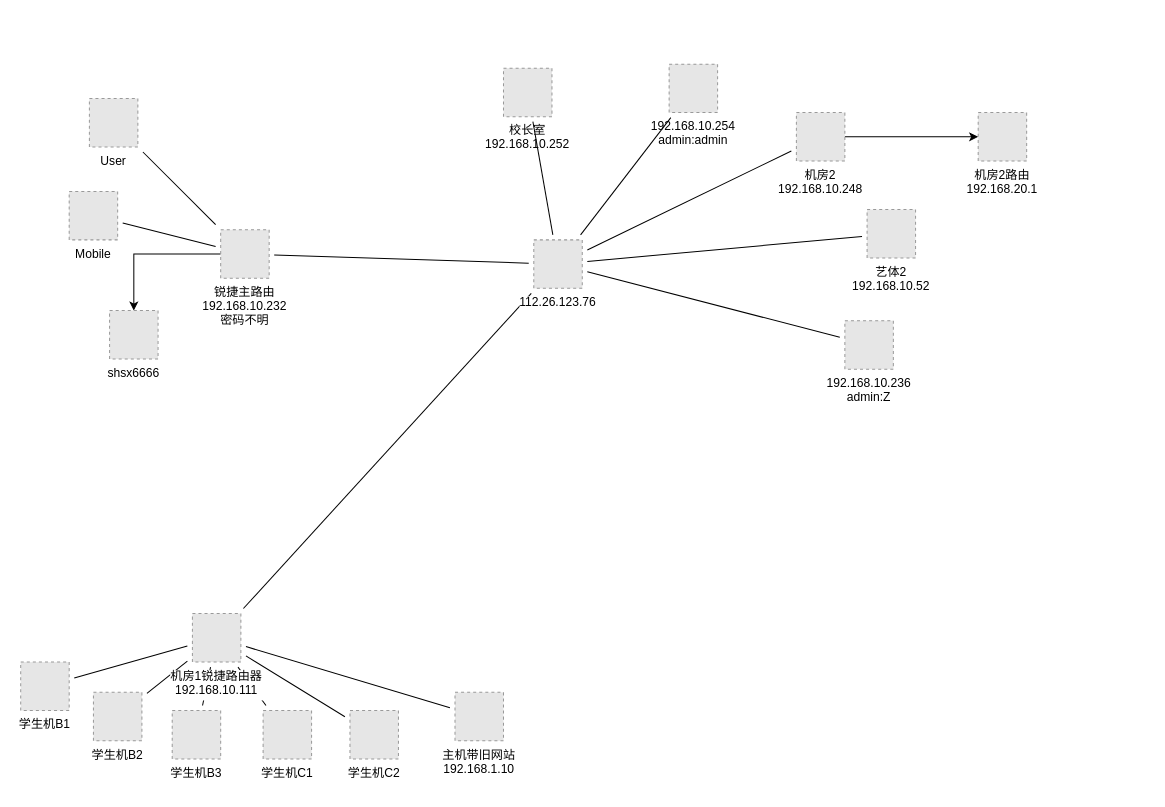
This is 三小网络拓朴.drawio from jarodlee/aqsh3x, a draw.io file, before an edit. Source tidied: cells renumbered, new cells numbered last; positions are measured from the earlier drawing's top-left corner, leaving out a move shared by most shapes. Both pictures are drawn from the tidied source at 101%, with x=0, y=0 at pixel (20, 64). Pictures stored in the file or linked from it are replaced by grey dashed boxes.
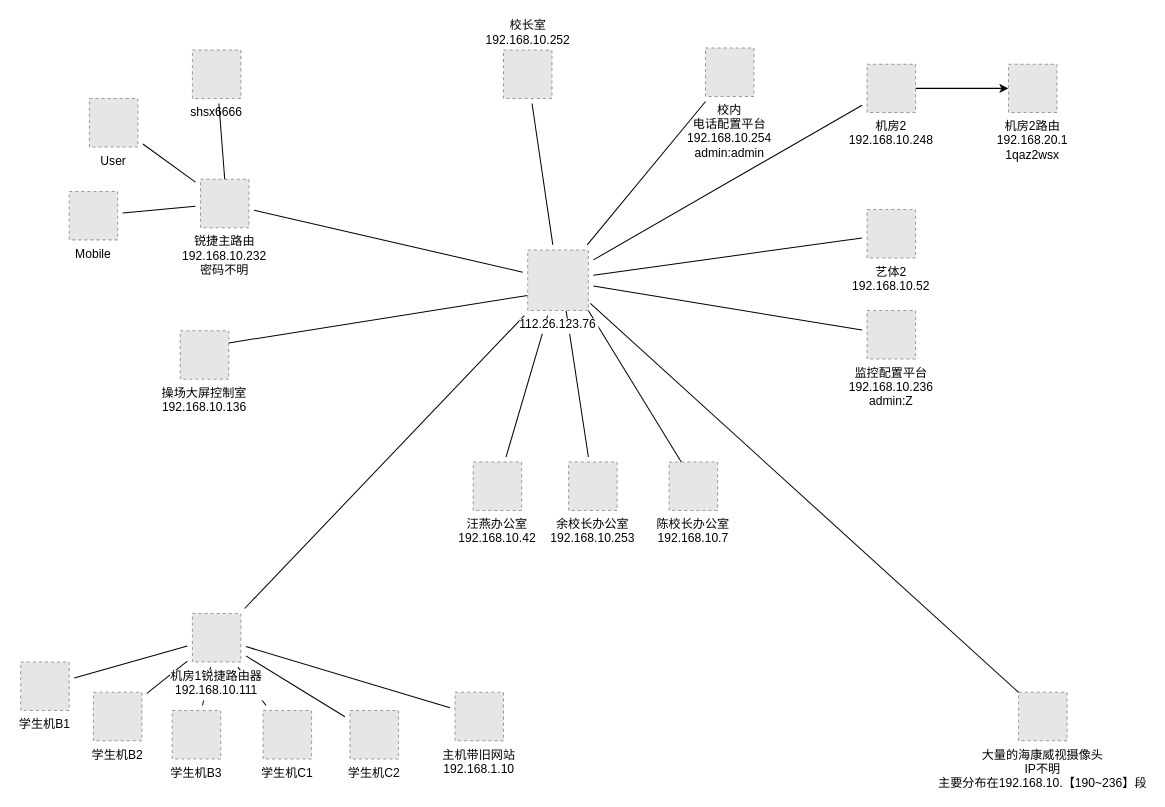
After the change.

Commit message:
更新三小网络拓朴的已知位置信息

Change to the diagram source:
```diff
@@
+    <mxCell id="3" style="edgeStyle=none;rounded=0;jettySize=auto;html=1;sourcePerimeterSpacing=5;endArrow=none;endFill=0;targetPerimeterSpacing=5;" parent="1" edge="1" source="26" target="22">
+      <mxGeometry relative="1" as="geometry" />
+    </mxCell>
@@
-    <mxCell id="3" style="edgeStyle=none;rounded=0;jettySize=auto;html=1;sourcePerimeterSpacing=5;endArrow=none;endFill=0;targetPerimeterSpacing=5;" parent="1" edge="1" source="26" target="22">
-      <mxGeometry relative="1" as="geometry" />
-    </mxCell>
@@
-    <mxCell id="19" value="192.168.10.254&#10;admin:admin" style="fillColor=#E6E6E6;strokeColor=#999999;dashed=1;verticalLabelPosition=bottom;verticalAlign=top;fontFamily=Helvetica;fontSize=12;fontColor=default;align=center;" parent="1" vertex="1">
-      <mxGeometry x="642" width="48" height="48" as="geometry" />
+    <mxCell id="19" value="校内&#10;电话配置平台&#10;192.168.10.254&#10;admin:admin" style="fillColor=#E6E6E6;strokeColor=#999999;dashed=1;verticalLabelPosition=bottom;verticalAlign=top;fontFamily=Helvetica;fontSize=12;fontColor=default;align=center;" parent="1" vertex="1">
+      <mxGeometry x="678" y="-16" width="48" height="48" as="geometry" />
     </mxCell>
-    <mxCell id="20" value="192.168.10.236&#10;admin:Z" style="fillColor=#E6E6E6;strokeColor=#999999;dashed=1;verticalLabelPosition=bottom;verticalAlign=top;fontFamily=Helvetica;fontSize=12;fontColor=default;align=center;" parent="1" vertex="1">
-      <mxGeometry x="816" y="254" width="48" height="48" as="geometry" />
+    <mxCell id="20" value="监控配置平台&#10;192.168.10.236&#10;admin:Z" style="fillColor=#E6E6E6;strokeColor=#999999;dashed=1;verticalLabelPosition=bottom;verticalAlign=top;fontFamily=Helvetica;fontSize=12;fontColor=default;align=center;" parent="1" vertex="1">
+      <mxGeometry x="838" y="244" width="48" height="48" as="geometry" />
     </mxCell>
@@
-    <mxCell id="22" value="校长室&#10;192.168.10.252" style="fillColor=#E6E6E6;strokeColor=#999999;dashed=1;verticalLabelPosition=bottom;verticalAlign=top;fontFamily=Helvetica;fontSize=12;fontColor=default;align=center;" parent="1" vertex="1">
-      <mxGeometry x="478" y="4" width="48" height="48" as="geometry" />
-    </mxCell>
@@
-    <mxCell id="26" value="112.26.123.76" style="fillColor=#E6E6E6;strokeColor=#999999;dashed=1;verticalLabelPosition=bottom;verticalAlign=top;labelBackgroundColor=#ffffff;" parent="1" vertex="1">
-      <mxGeometry x="508" y="174" width="48" height="48" as="geometry" />
-    </mxCell>
-    <mxCell id="27" style="edgeStyle=orthogonalEdgeStyle;rounded=0;jettySize=auto;html=1;" parent="1" edge="1" source="28" target="35">
-      <mxGeometry relative="1" as="geometry" />
-    </mxCell>
     <mxCell id="28" value="锐捷主路由&#10;192.168.10.232&#10;密码不明" style="fillColor=#E6E6E6;strokeColor=#999999;dashed=1;verticalLabelPosition=bottom;verticalAlign=top;labelBackgroundColor=#ffffff;" parent="1" vertex="1">
-      <mxGeometry x="198" y="164" width="48" height="48" as="geometry" />
+      <mxGeometry x="178" y="114" width="48" height="48" as="geometry" />
     </mxCell>
@@
     <mxCell id="30" value="机房2&#10;192.168.10.248&#10;" style="fillColor=#E6E6E6;strokeColor=#999999;dashed=1;verticalLabelPosition=bottom;verticalAlign=top;labelBackgroundColor=#ffffff;" parent="1" vertex="1">
-      <mxGeometry x="768" y="48" width="48" height="48" as="geometry" />
+      <mxGeometry x="838" width="48" height="48" as="geometry" />
     </mxCell>
@@
-    <mxCell id="32" value="学生机B3" style="fillColor=#E6E6E6;strokeColor=#999999;dashed=1;verticalLabelPosition=bottom;verticalAlign=top;labelBackgroundColor=#ffffff;" parent="1" vertex="1">
+    <mxCell id="32" value="学生机B3" style="fillColor=#E6E6E6;strokeColor=#999999;dashed=1;verticalLabelPosition=bottom;verticalAlign=top;fontFamily=Helvetica;fontSize=12;fontColor=default;align=center;" parent="1" vertex="1">
       <mxGeometry x="150" y="640" width="48" height="48" as="geometry" />
     </mxCell>
@@
     <mxCell id="35" value="shsx6666" style="fillColor=#E6E6E6;strokeColor=#999999;dashed=1;verticalLabelPosition=bottom;verticalAlign=top;" parent="1" vertex="1">
-      <mxGeometry x="88" y="244" width="48" height="48" as="geometry" />
+      <mxGeometry x="170" y="-14" width="48" height="48" as="geometry" />
     </mxCell>
-    <mxCell id="36" value="机房2路由&#10;192.168.20.1&#10;" style="fillColor=#E6E6E6;strokeColor=#999999;dashed=1;verticalLabelPosition=bottom;verticalAlign=top;fontFamily=Helvetica;fontSize=12;fontColor=default;align=center;" parent="1" vertex="1">
-      <mxGeometry x="948" y="48" width="48" height="48" as="geometry" />
+    <mxCell id="36" value="机房2路由&#10;192.168.20.1&#10;1qaz2wsx" style="fillColor=#E6E6E6;strokeColor=#999999;dashed=1;verticalLabelPosition=bottom;verticalAlign=top;fontFamily=Helvetica;fontSize=12;fontColor=default;align=center;" parent="1" vertex="1">
+      <mxGeometry x="978" width="48" height="48" as="geometry" />
     </mxCell>
+    <mxCell id="37" value="陈校长办公室&#10;192.168.10.7" style="fillColor=#E6E6E6;strokeColor=#999999;dashed=1;verticalLabelPosition=bottom;verticalAlign=top;fontFamily=Helvetica;fontSize=12;fontColor=default;align=center;" parent="1" vertex="1">
+      <mxGeometry x="642" y="394" width="48" height="48" as="geometry" />
+    </mxCell>
+    <mxCell id="38" value="汪燕办公室&#10;192.168.10.42" style="fillColor=#E6E6E6;strokeColor=#999999;dashed=1;verticalLabelPosition=bottom;verticalAlign=top;fontFamily=Helvetica;fontSize=12;fontColor=default;align=center;" parent="1" vertex="1">
+      <mxGeometry x="448" y="394" width="48" height="48" as="geometry" />
+    </mxCell>
+    <mxCell id="39" style="edgeStyle=none;rounded=0;jettySize=auto;html=1;sourcePerimeterSpacing=5;endArrow=none;endFill=0;targetPerimeterSpacing=5;" parent="1" edge="1" source="26" target="38">
+      <mxGeometry relative="1" as="geometry" />
+    </mxCell>
+    <mxCell id="40" style="edgeStyle=none;rounded=0;jettySize=auto;html=1;sourcePerimeterSpacing=5;endArrow=none;endFill=0;targetPerimeterSpacing=5;exitX=0.633;exitY=1;exitDx=0;exitDy=0;exitPerimeter=0;" parent="1" edge="1" source="26" target="41">
+      <mxGeometry relative="1" as="geometry" />
+    </mxCell>
+    <mxCell id="41" value="余校长办公室&#10;192.168.10.253" style="fillColor=#E6E6E6;strokeColor=#999999;dashed=1;verticalLabelPosition=bottom;verticalAlign=top;fontFamily=Helvetica;fontSize=12;fontColor=default;align=center;" parent="1" vertex="1">
+      <mxGeometry x="542.5" y="394" width="48" height="48" as="geometry" />
+    </mxCell>
+    <mxCell id="42" style="edgeStyle=none;rounded=0;jettySize=auto;html=1;sourcePerimeterSpacing=5;endArrow=none;endFill=0;targetPerimeterSpacing=5;exitX=1;exitY=1;exitDx=0;exitDy=0;entryX=0.25;entryY=0;entryDx=0;entryDy=0;" parent="1" edge="1" source="26" target="37">
+      <mxGeometry relative="1" as="geometry" />
+    </mxCell>
+    <mxCell id="43" value="操场大屏控制室&#10;192.168.10.136" style="fillColor=#E6E6E6;strokeColor=#999999;dashed=1;verticalLabelPosition=bottom;verticalAlign=top;fontFamily=Helvetica;fontSize=12;fontColor=default;align=center;" parent="1" vertex="1">
+      <mxGeometry x="158" y="264" width="48" height="48" as="geometry" />
+    </mxCell>
+    <mxCell id="44" style="edgeStyle=none;rounded=0;jettySize=auto;html=1;sourcePerimeterSpacing=5;endArrow=none;endFill=0;targetPerimeterSpacing=5;exitX=0;exitY=0.75;exitDx=0;exitDy=0;entryX=1;entryY=0.25;entryDx=0;entryDy=0;" parent="1" edge="1" source="26" target="43">
+      <mxGeometry relative="1" as="geometry" />
+    </mxCell>
+    <mxCell id="45" style="rounded=0;jettySize=auto;html=1;endArrow=none;endFill=0;sourcePerimeterSpacing=5;targetPerimeterSpacing=5;entryX=0.5;entryY=0;entryDx=0;entryDy=0;" parent="1" edge="1" source="35" target="28">
+      <mxGeometry relative="1" as="geometry" />
+    </mxCell>
+    <mxCell id="46" value="大量的海康威视摄像头&#10;IP不明&#10;主要分布在192.168.10.【190~236】段" style="fillColor=#E6E6E6;strokeColor=#999999;dashed=1;verticalLabelPosition=bottom;verticalAlign=top;" parent="1" vertex="1">
+      <mxGeometry x="988" y="622" width="48" height="48" as="geometry" />
+    </mxCell>
+    <mxCell id="47" style="edgeStyle=none;rounded=0;jettySize=auto;html=1;sourcePerimeterSpacing=5;endArrow=none;endFill=0;targetPerimeterSpacing=5;entryX=0;entryY=0;entryDx=0;entryDy=0;exitX=1.033;exitY=0.883;exitDx=0;exitDy=0;exitPerimeter=0;" parent="1" edge="1" source="26" target="46">
+      <mxGeometry relative="1" as="geometry" />
+    </mxCell>
+    <mxCell id="26" value="112.26.123.76" style="fillColor=#E6E6E6;strokeColor=#999999;dashed=1;verticalLabelPosition=bottom;verticalAlign=top;labelBackgroundColor=#ffffff;" parent="1" vertex="1">
+      <mxGeometry x="502" y="184" width="60" height="60" as="geometry" />
+    </mxCell>
+    <mxCell id="22" value="校长室&lt;br&gt;192.168.10.252" style="fillColor=#E6E6E6;strokeColor=#999999;dashed=1;verticalLabelPosition=top;verticalAlign=bottom;fontFamily=Helvetica;fontSize=12;fontColor=default;align=center;html=1;labelPosition=center;" parent="1" vertex="1">
+      <mxGeometry x="478" y="-14" width="48" height="48" as="geometry" />
+    </mxCell>
```
